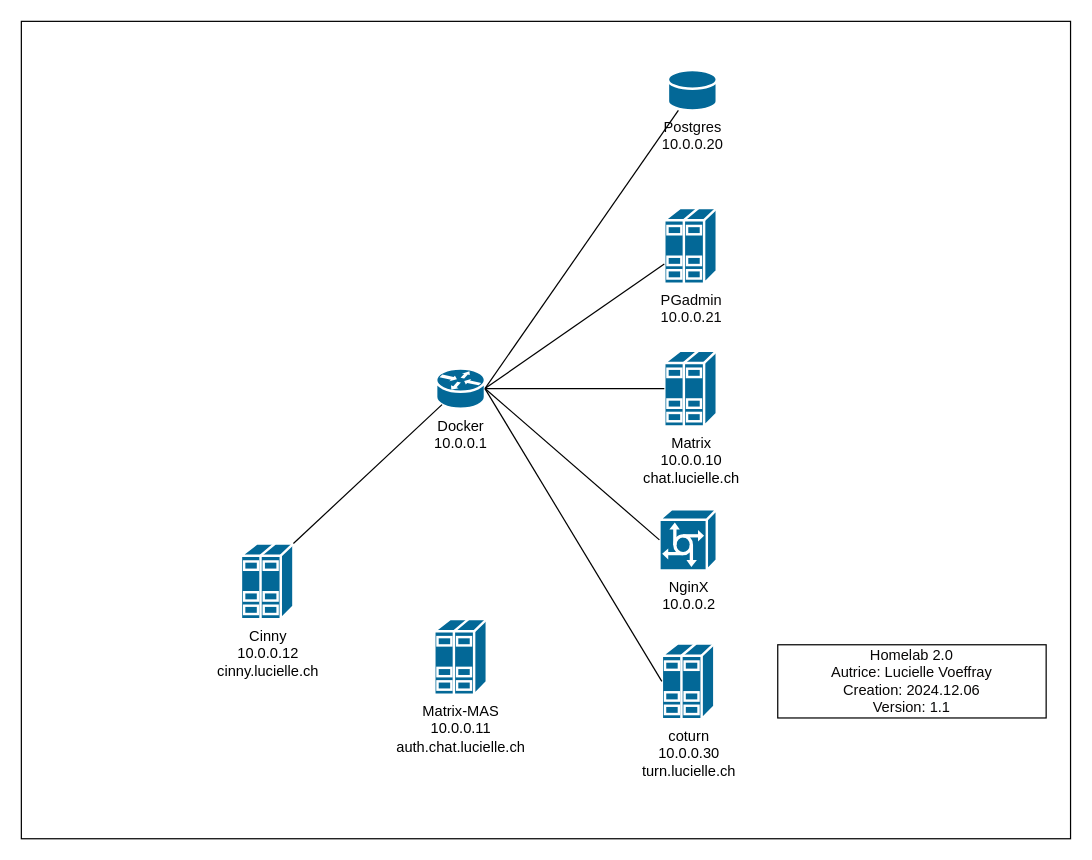
Before: documentation/network.drawio in Lucielle-Voeffray/postgres-docker, a draw.io diagram. Source tidied: cells renumbered, new cells numbered last; positions are measured from the earlier drawing's top-left corner, leaving out a move shared by most shapes. Both pictures are drawn from the tidied source at 122%, with x=0, y=0 at pixel (21, 21).
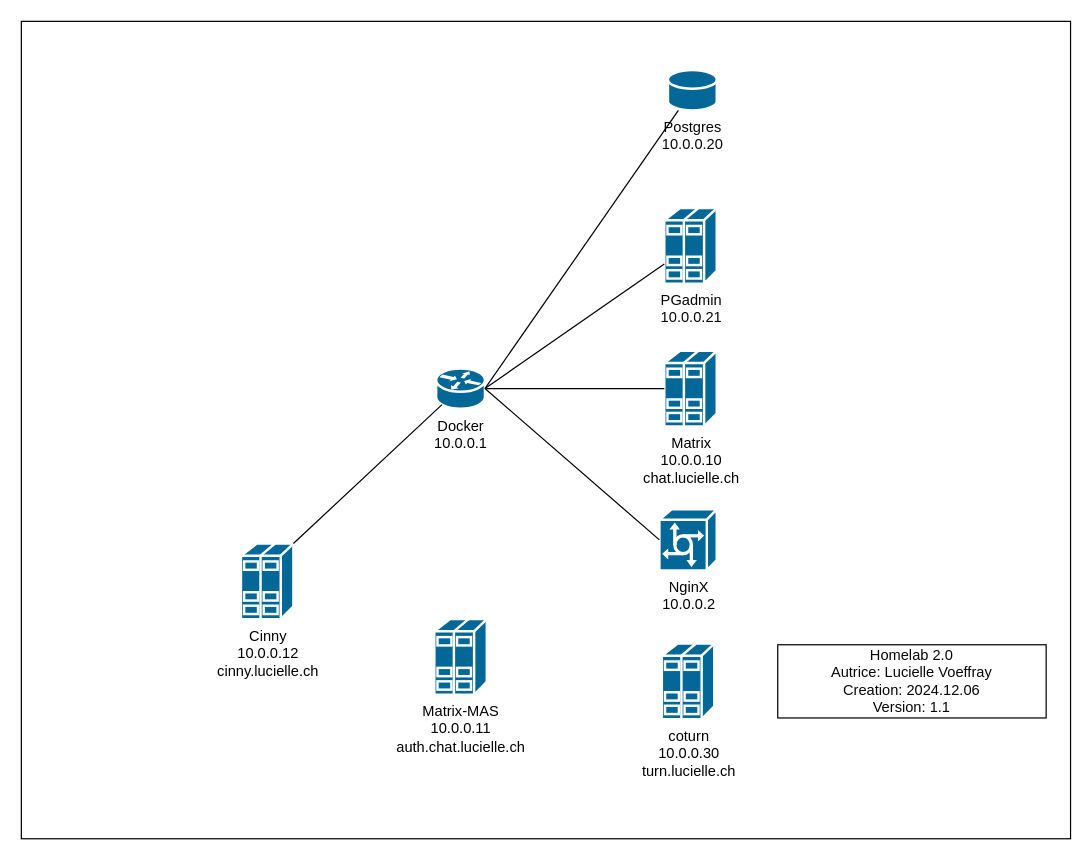
Above is the later version.

Commit message:
Coturn will have to wait too

Change to the diagram source:
```diff
@@
 <mxGraphModel>
   <root>
     <mxCell id="0" />
     <mxCell id="1" parent="0" />
     <mxCell id="2" style="rounded=0;whiteSpace=wrap;html=1;fillColor=#FFFFFF;" parent="1" vertex="1">
       <mxGeometry width="860" height="670" as="geometry" />
     </mxCell>
     <mxCell id="3" value="&lt;font color=&quot;#000000&quot;&gt;Docker&lt;br&gt;10.0.0.1&lt;/font&gt;" style="shape=mxgraph.cisco.routers.router;sketch=0;html=1;dashed=0;fillColor=#036897;strokeColor=#ffffff;strokeWidth=2;verticalLabelPosition=bottom;verticalAlign=top;align=center;outlineConnect=0;" parent="1" vertex="1">
       <mxGeometry x="340" y="284.5" width="40" height="33" as="geometry" />
     </mxCell>
     <mxCell id="4" value="&lt;font color=&quot;#080707&quot;&gt;Postgres&lt;br&gt;10.0.0.20&lt;/font&gt;" style="shape=mxgraph.cisco.storage.relational_database;sketch=0;html=1;dashed=0;fillColor=#036897;strokeColor=#ffffff;strokeWidth=2;verticalLabelPosition=bottom;verticalAlign=top;align=center;outlineConnect=0;" parent="1" vertex="1">
       <mxGeometry x="530" y="40" width="40" height="33" as="geometry" />
     </mxCell>
     <mxCell id="5" value="&lt;font color=&quot;#080707&quot;&gt;PGadmin&lt;br&gt;10.0.0.21&lt;/font&gt;" style="shape=mxgraph.cisco.servers.standard_host;sketch=0;html=1;dashed=0;fillColor=#036897;strokeColor=#ffffff;strokeWidth=2;verticalLabelPosition=bottom;verticalAlign=top;align=center;outlineConnect=0;" parent="1" vertex="1">
       <mxGeometry x="527" y="153" width="43" height="62" as="geometry" />
     </mxCell>
     <mxCell id="6" value="&lt;font color=&quot;#000000&quot;&gt;Matrix&lt;br&gt;10.0.0.10&lt;br&gt;chat.lucielle.ch&lt;br&gt;&lt;/font&gt;" style="shape=mxgraph.cisco.servers.standard_host;sketch=0;html=1;dashed=0;fillColor=#036897;strokeColor=#ffffff;strokeWidth=2;verticalLabelPosition=bottom;verticalAlign=top;align=center;outlineConnect=0;" parent="1" vertex="1">
       <mxGeometry x="527" y="270" width="43" height="62" as="geometry" />
     </mxCell>
     <mxCell id="7" style="endArrow=none;html=1;exitX=1;exitY=0.5;exitDx=0;exitDy=0;exitPerimeter=0;strokeColor=#000000;" parent="1" edge="1" source="3" target="4">
       <mxGeometry relative="1" as="geometry" />
     </mxCell>
     <mxCell id="8" style="endArrow=none;html=1;strokeColor=#000000;exitX=1;exitY=0.5;exitDx=0;exitDy=0;exitPerimeter=0;" parent="1" edge="1" source="3" target="5">
       <mxGeometry relative="1" as="geometry" />
     </mxCell>
     <mxCell id="9" style="endArrow=none;html=1;exitX=1;exitY=0.5;exitDx=0;exitDy=0;exitPerimeter=0;strokeColor=#000000;" parent="1" edge="1" source="3" target="6">
       <mxGeometry relative="1" as="geometry" />
     </mxCell>
     <mxCell id="10" value="&lt;font color=&quot;#000000&quot;&gt;NginX&lt;br&gt;10.0.0.2&lt;/font&gt;" style="shape=mxgraph.cisco.servers.communications_server;sketch=0;html=1;dashed=0;fillColor=#036897;strokeColor=#ffffff;strokeWidth=2;verticalLabelPosition=bottom;verticalAlign=top;align=center;outlineConnect=0;" parent="1" vertex="1">
       <mxGeometry x="523" y="400" width="47" height="50" as="geometry" />
     </mxCell>
     <mxCell id="11" style="endArrow=none;html=1;exitX=0;exitY=0.5;exitDx=0;exitDy=0;exitPerimeter=0;entryX=1;entryY=0.5;entryDx=0;entryDy=0;entryPerimeter=0;strokeColor=#000000;" parent="1" edge="1" source="10" target="3">
       <mxGeometry relative="1" as="geometry" />
     </mxCell>
     <mxCell id="12" value="&lt;font color=&quot;#080707&quot;&gt;Homelab 2.0&lt;br&gt;Autrice: Lucielle Voeffray&lt;br&gt;Creation: 2024.12.06&lt;br&gt;Version: 1.1&lt;br&gt;&lt;/font&gt;" style="rounded=0;whiteSpace=wrap;html=1;fillColor=#FFFFFF;" parent="1" vertex="1">
       <mxGeometry x="620" y="511" width="220" height="60" as="geometry" />
     </mxCell>
     <mxCell id="13" value="&lt;font color=&quot;#000000&quot;&gt;coturn&lt;br&gt;10.0.0.30&lt;br&gt;turn.lucielle.ch&lt;br&gt;&lt;/font&gt;" style="shape=mxgraph.cisco.servers.standard_host;sketch=0;html=1;dashed=0;fillColor=#036897;strokeColor=#ffffff;strokeWidth=2;verticalLabelPosition=bottom;verticalAlign=top;align=center;outlineConnect=0;" parent="1" vertex="1">
       <mxGeometry x="525" y="510" width="43" height="62" as="geometry" />
     </mxCell>
-    <mxCell id="14" style="endArrow=none;html=1;fontColor=#000000;strokeColor=#000000;exitX=0;exitY=0.5;exitDx=0;exitDy=0;exitPerimeter=0;entryX=1;entryY=0.5;entryDx=0;entryDy=0;entryPerimeter=0;" parent="1" edge="1" source="13" target="3">
-      <mxGeometry relative="1" as="geometry" />
-    </mxCell>
     <mxCell id="15" value="&lt;font color=&quot;#000000&quot;&gt;Matrix-MAS&lt;br&gt;10.0.0.11&lt;br&gt;auth.chat.lucielle.ch&lt;br&gt;&lt;/font&gt;" style="shape=mxgraph.cisco.servers.standard_host;sketch=0;html=1;dashed=0;fillColor=#036897;strokeColor=#ffffff;strokeWidth=2;verticalLabelPosition=bottom;verticalAlign=top;align=center;" parent="1" vertex="1">
       <mxGeometry x="338.5" y="490" width="43" height="62" as="geometry" />
     </mxCell>
     <mxCell id="16" value="&lt;font color=&quot;#000000&quot;&gt;Cinny&lt;br&gt;10.0.0.12&lt;br&gt;cinny.lucielle.ch&lt;br&gt;&lt;/font&gt;" style="shape=mxgraph.cisco.servers.standard_host;sketch=0;html=1;dashed=0;fillColor=#036897;strokeColor=#ffffff;strokeWidth=2;verticalLabelPosition=bottom;verticalAlign=top;align=center;outlineConnect=0;" parent="1" vertex="1">
       <mxGeometry x="180" y="428" width="43" height="62" as="geometry" />
     </mxCell>
     <mxCell id="17" style="endArrow=none;html=1;strokeColor=#000000;fontColor=#000000;entryX=0.12;entryY=0.9;entryDx=0;entryDy=0;entryPerimeter=0;exitX=1;exitY=0;exitDx=0;exitDy=0;exitPerimeter=0;" parent="1" edge="1" source="16" target="3">
       <mxGeometry relative="1" as="geometry" />
     </mxCell>
   </root>
 </mxGraphModel>
```
